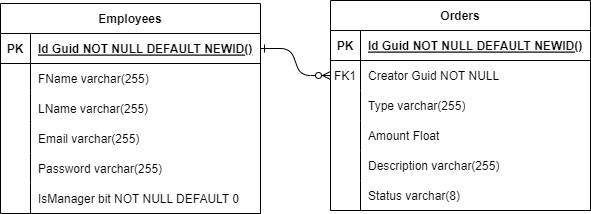
The draw.io diagram ERD.png in 221114-NET/RobertLewRevatureProject1, before a commit. Source tidied: cells renumbered, new cells last; positions are measured from the earlier drawing's top-left corner, leaving out a move shared by most shapes. Source of this version:
```xml
<mxGraphModel>
  <root>
    <mxCell id="0" />
    <mxCell id="1" parent="0" />
    <mxCell id="2" style="edgeStyle=entityRelationEdgeStyle;endArrow=ERzeroToMany;startArrow=ERone;endFill=1;startFill=0;" parent="1" edge="1" source="23" target="7">
      <mxGeometry relative="1" as="geometry" />
    </mxCell>
    <mxCell id="3" value="Orders" style="shape=table;startSize=30;rowLines=0;fontStyle=1;align=center;" parent="1" vertex="1">
      <mxGeometry x="330" width="260" height="210" as="geometry" />
    </mxCell>
    <mxCell id="4" style="shape=partialRectangle;fillColor=none;top=0;left=0;right=0;bottom=1;" parent="3" vertex="1">
      <mxGeometry y="30" width="260" height="30" as="geometry" />
    </mxCell>
    <mxCell id="5" value="PK" style="shape=partialRectangle;overflow=hidden;fillColor=none;top=0;left=0;bottom=0;right=0;fontStyle=1;" parent="4" vertex="1">
      <mxGeometry width="30" height="30" as="geometry" />
    </mxCell>
    <mxCell id="6" value="Id Guid NOT NULL DEFAULT NEWID()" style="shape=partialRectangle;overflow=hidden;fillColor=none;top=0;left=0;bottom=0;right=0;align=left;spacingLeft=6;fontStyle=5;" parent="4" vertex="1">
      <mxGeometry x="30" width="230" height="30" as="geometry" />
    </mxCell>
    <mxCell id="7" style="shape=partialRectangle;fillColor=none;points=[[0,0.5],[1,0.5]];portConstraint=eastwest;top=0;left=0;right=0;bottom=0;" parent="3" vertex="1">
      <mxGeometry y="60" width="260" height="30" as="geometry" />
    </mxCell>
    <mxCell id="8" value="FK1" style="shape=partialRectangle;overflow=hidden;fillColor=none;top=0;left=0;bottom=0;right=0;" parent="7" vertex="1">
      <mxGeometry width="30" height="30" as="geometry" />
    </mxCell>
    <mxCell id="9" value="Creator Guid NOT NULL" style="shape=partialRectangle;overflow=hidden;fillColor=none;top=0;left=0;bottom=0;right=0;align=left;spacingLeft=6;" parent="7" vertex="1">
      <mxGeometry x="30" width="230" height="30" as="geometry" />
    </mxCell>
    <mxCell id="10" style="shape=partialRectangle;fillColor=none;top=0;left=0;right=0;bottom=0;" parent="3" vertex="1">
      <mxGeometry y="90" width="260" height="30" as="geometry" />
    </mxCell>
    <mxCell id="11" style="shape=partialRectangle;overflow=hidden;fillColor=none;top=0;left=0;bottom=0;right=0;" parent="10" vertex="1">
      <mxGeometry width="30" height="30" as="geometry" />
    </mxCell>
    <mxCell id="12" value="Type varchar(255)" style="shape=partialRectangle;overflow=hidden;fillColor=none;top=0;left=0;bottom=0;right=0;align=left;spacingLeft=6;" parent="10" vertex="1">
      <mxGeometry x="30" width="230" height="30" as="geometry" />
    </mxCell>
    <mxCell id="13" style="shape=partialRectangle;fillColor=none;top=0;left=0;right=0;bottom=0;" parent="3" vertex="1">
      <mxGeometry y="120" width="260" height="30" as="geometry" />
    </mxCell>
    <mxCell id="14" style="shape=partialRectangle;overflow=hidden;fillColor=none;top=0;left=0;bottom=0;right=0;" parent="13" vertex="1">
      <mxGeometry width="30" height="30" as="geometry" />
    </mxCell>
    <mxCell id="15" value="Amount Float" style="shape=partialRectangle;overflow=hidden;fillColor=none;top=0;left=0;bottom=0;right=0;align=left;spacingLeft=6;" parent="13" vertex="1">
      <mxGeometry x="30" width="230" height="30" as="geometry" />
    </mxCell>
    <mxCell id="16" style="shape=partialRectangle;fillColor=none;top=0;left=0;right=0;bottom=0;" parent="3" vertex="1">
      <mxGeometry y="150" width="260" height="30" as="geometry" />
    </mxCell>
    <mxCell id="17" style="shape=partialRectangle;overflow=hidden;fillColor=none;top=0;left=0;bottom=0;right=0;" parent="16" vertex="1">
      <mxGeometry width="30" height="30" as="geometry" />
    </mxCell>
    <mxCell id="18" value="Description varchar(255)" style="shape=partialRectangle;overflow=hidden;fillColor=none;top=0;left=0;bottom=0;right=0;align=left;spacingLeft=6;" parent="16" vertex="1">
      <mxGeometry x="30" width="230" height="30" as="geometry" />
    </mxCell>
    <mxCell id="19" style="shape=partialRectangle;fillColor=none;top=0;left=0;right=0;bottom=0;" parent="3" vertex="1">
      <mxGeometry y="180" width="260" height="30" as="geometry" />
    </mxCell>
    <mxCell id="20" style="shape=partialRectangle;overflow=hidden;fillColor=none;top=0;left=0;bottom=0;right=0;" parent="19" vertex="1">
      <mxGeometry width="30" height="30" as="geometry" />
    </mxCell>
    <mxCell id="21" value="Status varchar(8)" style="shape=partialRectangle;overflow=hidden;fillColor=none;top=0;left=0;bottom=0;right=0;align=left;spacingLeft=6;" parent="19" vertex="1">
      <mxGeometry x="30" width="230" height="30" as="geometry" />
    </mxCell>
    <mxCell id="22" value="Employees" style="shape=table;startSize=30;rowLines=0;fontStyle=1;align=center;" parent="1" vertex="1">
      <mxGeometry y="3" width="260" height="210" as="geometry" />
    </mxCell>
    <mxCell id="23" style="shape=partialRectangle;fillColor=none;points=[[0,0.5],[1,0.5]];portConstraint=eastwest;top=0;left=0;right=0;bottom=1;" parent="22" vertex="1">
      <mxGeometry y="30" width="260" height="30" as="geometry" />
    </mxCell>
    <mxCell id="24" value="PK" style="shape=partialRectangle;overflow=hidden;fillColor=none;top=0;left=0;bottom=0;right=0;fontStyle=1;" parent="23" vertex="1">
      <mxGeometry width="30" height="30" as="geometry" />
    </mxCell>
    <mxCell id="25" value="Id Guid NOT NULL DEFAULT NEWID()" style="shape=partialRectangle;overflow=hidden;fillColor=none;top=0;left=0;bottom=0;right=0;align=left;spacingLeft=6;fontStyle=5;" parent="23" vertex="1">
      <mxGeometry x="30" width="230" height="30" as="geometry" />
    </mxCell>
    <mxCell id="26" style="shape=partialRectangle;fillColor=none;top=0;left=0;right=0;bottom=0;" parent="22" vertex="1">
      <mxGeometry y="60" width="260" height="30" as="geometry" />
    </mxCell>
    <mxCell id="27" style="shape=partialRectangle;overflow=hidden;fillColor=none;top=0;left=0;bottom=0;right=0;strokeColor=default;" parent="26" vertex="1">
      <mxGeometry width="30" height="30" as="geometry" />
    </mxCell>
    <mxCell id="28" value="FName varchar(255)" style="shape=partialRectangle;overflow=hidden;fillColor=none;top=0;left=0;bottom=0;right=0;align=left;spacingLeft=6;" parent="26" vertex="1">
      <mxGeometry x="30" width="230" height="30" as="geometry" />
    </mxCell>
    <mxCell id="29" style="shape=partialRectangle;fillColor=none;top=0;left=0;right=0;bottom=0;" parent="22" vertex="1">
      <mxGeometry y="90" width="260" height="30" as="geometry" />
    </mxCell>
    <mxCell id="30" style="shape=partialRectangle;overflow=hidden;fillColor=none;top=0;left=0;bottom=0;right=0;strokeColor=default;" parent="29" vertex="1">
      <mxGeometry width="30" height="30" as="geometry" />
    </mxCell>
    <mxCell id="31" value="LName varchar(255)" style="shape=partialRectangle;overflow=hidden;fillColor=none;top=0;left=0;bottom=0;right=0;align=left;spacingLeft=6;" parent="29" vertex="1">
      <mxGeometry x="30" width="230" height="30" as="geometry" />
    </mxCell>
    <mxCell id="32" style="shape=partialRectangle;fillColor=none;top=0;left=0;right=0;bottom=0;" parent="22" vertex="1">
      <mxGeometry y="120" width="260" height="30" as="geometry" />
    </mxCell>
    <mxCell id="33" style="shape=partialRectangle;overflow=hidden;fillColor=none;top=0;left=0;bottom=0;right=0;strokeColor=default;" parent="32" vertex="1">
      <mxGeometry width="30" height="30" as="geometry" />
    </mxCell>
    <mxCell id="34" value="Email varchar(255)" style="shape=partialRectangle;overflow=hidden;fillColor=none;top=0;left=0;bottom=0;right=0;align=left;spacingLeft=6;" parent="32" vertex="1">
      <mxGeometry x="30" width="230" height="30" as="geometry" />
    </mxCell>
    <mxCell id="35" style="shape=partialRectangle;fillColor=none;top=0;left=0;right=0;bottom=0;" parent="22" vertex="1">
      <mxGeometry y="150" width="260" height="30" as="geometry" />
    </mxCell>
    <mxCell id="36" style="shape=partialRectangle;overflow=hidden;fillColor=none;top=0;left=0;bottom=0;right=0;strokeColor=default;" parent="35" vertex="1">
      <mxGeometry width="30" height="30" as="geometry" />
    </mxCell>
    <mxCell id="37" value="Password varchar(255)" style="shape=partialRectangle;overflow=hidden;fillColor=none;top=0;left=0;bottom=0;right=0;align=left;spacingLeft=6;" parent="35" vertex="1">
      <mxGeometry x="30" width="230" height="30" as="geometry" />
    </mxCell>
    <mxCell id="38" style="shape=partialRectangle;fillColor=none;top=0;left=0;right=0;bottom=0;" parent="22" vertex="1">
      <mxGeometry y="180" width="260" height="30" as="geometry" />
    </mxCell>
    <mxCell id="39" style="shape=partialRectangle;overflow=hidden;fillColor=none;top=0;left=0;bottom=0;right=0;strokeColor=default;" parent="38" vertex="1">
      <mxGeometry width="30" height="30" as="geometry" />
    </mxCell>
    <mxCell id="40" value="IsManager bit NOT NULL DEFAULT 0" style="shape=partialRectangle;overflow=hidden;fillColor=none;top=0;left=0;bottom=0;right=0;align=left;spacingLeft=6;" parent="38" vertex="1">
      <mxGeometry x="30" width="230" height="30" as="geometry" />
    </mxCell>
  </root>
</mxGraphModel>
```
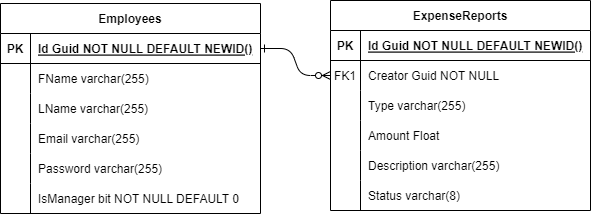
Later version of the same file.

Commit message:
added png of erd, architecture, & interaction diagrams

Diff of the diagram source:
```diff
@@ -5,7 +5,7 @@
     <mxCell id="2" style="edgeStyle=entityRelationEdgeStyle;endArrow=ERzeroToMany;startArrow=ERone;endFill=1;startFill=0;" parent="1" edge="1" source="23" target="7">
       <mxGeometry relative="1" as="geometry" />
     </mxCell>
-    <mxCell id="3" value="Orders" style="shape=table;startSize=30;rowLines=0;fontStyle=1;align=center;" parent="1" vertex="1">
+    <mxCell id="3" value="ExpenseReports" style="shape=table;startSize=30;rowLines=0;fontStyle=1;align=center;" parent="1" vertex="1">
       <mxGeometry x="330" width="260" height="210" as="geometry" />
     </mxCell>
     <mxCell id="4" style="shape=partialRectangle;fillColor=none;top=0;left=0;right=0;bottom=1;" parent="3" vertex="1">
```
